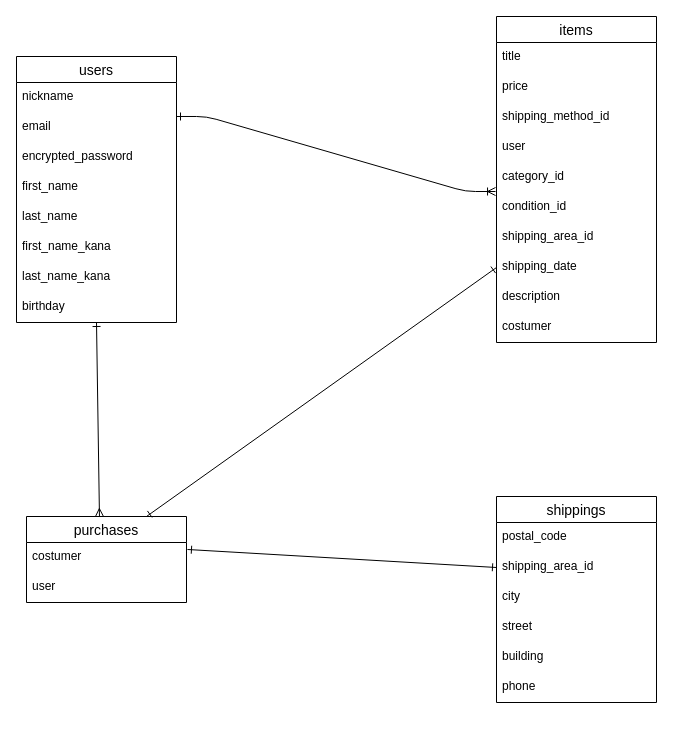
jinyaishida/furima-37645 keeps this draw.io diagram as ER.dio. Above is the earlier version. Source tidied: cells renumbered, new cells numbered last; positions are measured from the earlier drawing's top-left corner, leaving out a move shared by most shapes. Both pictures are drawn from the tidied source at 100%, with x=0, y=0 at pixel (16, 16).
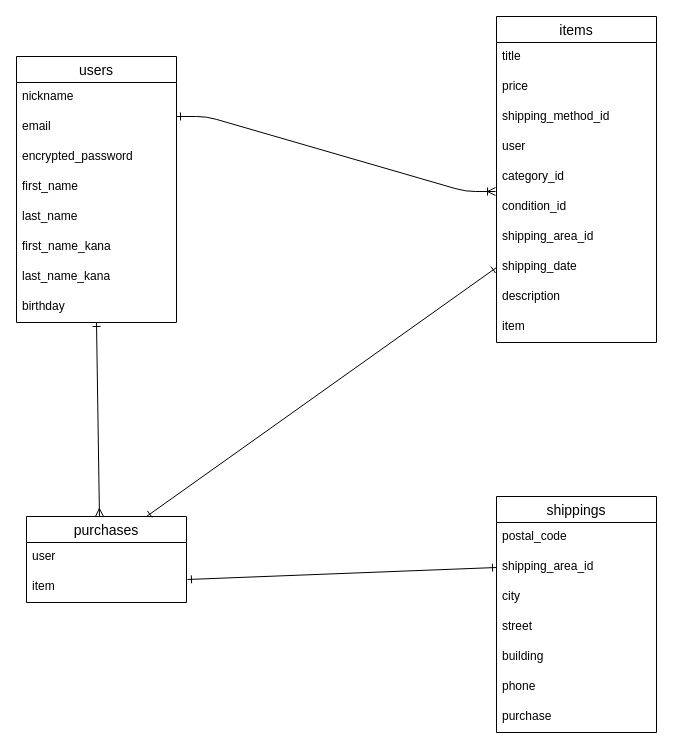
After the change.

The change refers to these unchanged cells:
```xml
<mxCell id="11" value="items" style="swimlane;fontStyle=0;horizontal=1;startSize=26;align=center;fontSize=14;" parent="1" vertex="1">
  <mxGeometry x="480" width="160" height="326" as="geometry" />
</mxCell>
<mxCell id="23" value="purchases" style="swimlane;fontStyle=0;horizontal=1;startSize=26;align=center;fontSize=14;" parent="1" vertex="1">
  <mxGeometry x="10" y="500" width="160" height="86" as="geometry" />
</mxCell>
```

Diff of the diagram source:
```diff
@@
-    <mxCell id="21" value="costumer" style="text;strokeColor=none;fillColor=none;spacingLeft=4;spacingRight=4;overflow=hidden;fontSize=12;" parent="11" vertex="1">
+    <mxCell id="21" value="item" style="text;strokeColor=none;fillColor=none;spacingLeft=4;spacingRight=4;overflow=hidden;fontSize=12;" parent="11" vertex="1">
       <mxGeometry y="296" width="160" height="30" as="geometry" />
     </mxCell>
@@
+    <mxCell id="25" value="user" style="text;strokeColor=none;fillColor=none;spacingLeft=4;spacingRight=4;overflow=hidden;fontSize=12;" parent="23" vertex="1">
+      <mxGeometry y="26" width="160" height="30" as="geometry" />
+    </mxCell>
-    <mxCell id="24" value="costumer" style="text;strokeColor=none;fillColor=none;spacingLeft=4;spacingRight=4;overflow=hidden;points=[[0,0.5],[1,0.5]];portConstraint=eastwest;fontSize=12;" parent="23" vertex="1">
-      <mxGeometry y="26" width="160" height="30" as="geometry" />
+    <mxCell id="24" value="item" style="text;strokeColor=none;fillColor=none;spacingLeft=4;spacingRight=4;overflow=hidden;points=[[0,0.5],[1,0.5]];portConstraint=eastwest;fontSize=12;" parent="23" vertex="1">
+      <mxGeometry y="56" width="160" height="30" as="geometry" />
     </mxCell>
-    <mxCell id="25" value="user" style="text;strokeColor=none;fillColor=none;spacingLeft=4;spacingRight=4;overflow=hidden;fontSize=12;" parent="23" vertex="1">
-      <mxGeometry y="56" width="160" height="30" as="geometry" />
-    </mxCell>
     <mxCell id="26" value="shippings" style="swimlane;fontStyle=0;horizontal=1;startSize=26;align=center;fontSize=14;" parent="1" vertex="1">
-      <mxGeometry x="480" y="480" width="160" height="206" as="geometry" />
+      <mxGeometry x="480" y="480" width="160" height="236" as="geometry" />
     </mxCell>
@@
+    <mxCell id="36" value="purchase" style="text;strokeColor=none;fillColor=none;spacingLeft=4;spacingRight=4;overflow=hidden;fontSize=12;" parent="26" vertex="1">
+      <mxGeometry y="206" width="160" height="30" as="geometry" />
+    </mxCell>
```
